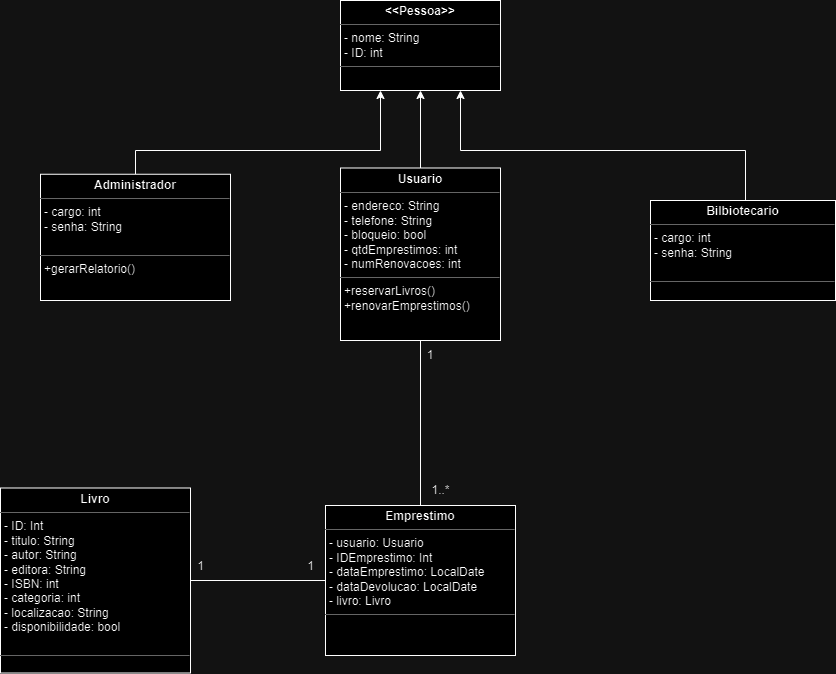
Above: docs/diagrama_de_classes.drawio.png in eugabrielbr/sistema-de-biblioteca (draw.io), before the change. Source tidied: cells renumbered, new cells last; positions are measured from the earlier drawing's top-left corner, leaving out a move shared by most shapes.
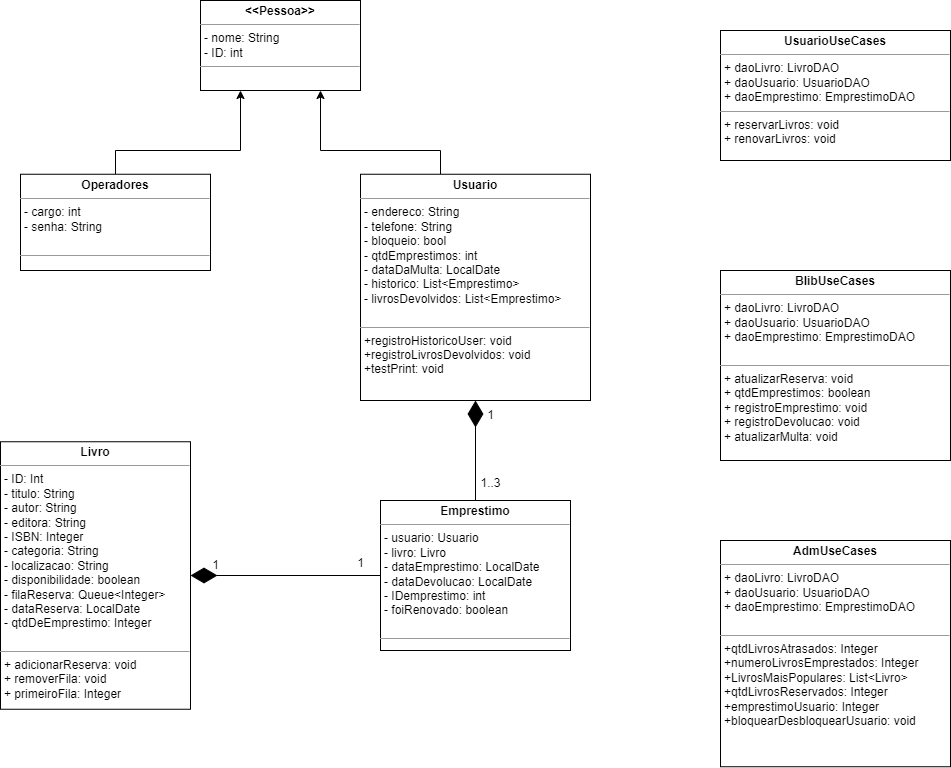
After the change.

Commit message:
:books: docs: atualizacao de diagrama de classes e README

ultimos commits sumiram devido ao force push

The edit, as a diff of the source:
```diff
@@ -2,60 +2,63 @@
   <root>
     <mxCell id="0" />
     <mxCell id="1" parent="0" />
-    <mxCell id="2" style="edgeStyle=orthogonalEdgeStyle;rounded=0;jettySize=auto;html=1;entryX=0.75;entryY=1;entryDx=0;entryDy=0;" parent="1" edge="1" source="3" target="7">
-      <mxGeometry relative="1" as="geometry">
-        <Array as="points">
-          <mxPoint x="745" y="150" />
-          <mxPoint x="460" y="150" />
-        </Array>
-      </mxGeometry>
-    </mxCell>
-    <mxCell id="3" value="&lt;p style=&quot;margin:0px;margin-top:4px;text-align:center;&quot;&gt;&lt;b&gt;Bilbiotecario&lt;/b&gt;&lt;/p&gt;&lt;hr size=&quot;1&quot;&gt;&lt;p style=&quot;border-color: var(--border-color); margin: 0px 0px 0px 4px;&quot;&gt;- cargo: int&lt;br style=&quot;border-color: var(--border-color);&quot;&gt;&lt;/p&gt;&lt;p style=&quot;border-color: var(--border-color); margin: 0px 0px 0px 4px;&quot;&gt;- senha: String&lt;/p&gt;&lt;p style=&quot;margin:0px;margin-left:4px;&quot;&gt;&lt;br&gt;&lt;/p&gt;&lt;hr size=&quot;1&quot;&gt;&lt;p style=&quot;margin:0px;margin-left:4px;&quot;&gt;&lt;br&gt;&lt;/p&gt;&lt;p style=&quot;margin:0px;margin-left:4px;&quot;&gt;&lt;br&gt;&lt;/p&gt;&lt;p style=&quot;margin:0px;margin-left:4px;&quot;&gt;&lt;br&gt;&lt;/p&gt;&lt;p style=&quot;margin:0px;margin-left:4px;&quot;&gt;&lt;br&gt;&lt;/p&gt;&lt;p style=&quot;margin:0px;margin-left:4px;&quot;&gt;&lt;br&gt;&lt;/p&gt;" style="verticalAlign=top;align=left;overflow=fill;fontSize=12;fontFamily=Helvetica;html=1;whiteSpace=wrap;" parent="1" vertex="1">
-      <mxGeometry x="650" y="200" width="185" height="100" as="geometry" />
-    </mxCell>
     <mxCell id="4" style="edgeStyle=orthogonalEdgeStyle;rounded=0;jettySize=auto;html=1;entryX=0.25;entryY=1;entryDx=0;entryDy=0;" parent="1" edge="1" source="5" target="7">
       <mxGeometry relative="1" as="geometry">
         <Array as="points">
-          <mxPoint x="135" y="150" />
-          <mxPoint x="380" y="150" />
+          <mxPoint x="-25" y="150" />
+          <mxPoint x="100" y="150" />
         </Array>
       </mxGeometry>
     </mxCell>
-    <mxCell id="5" value="&lt;p style=&quot;margin:0px;margin-top:4px;text-align:center;&quot;&gt;&lt;b&gt;Administrador&lt;/b&gt;&lt;/p&gt;&lt;hr size=&quot;1&quot;&gt;&lt;p style=&quot;margin:0px;margin-left:4px;&quot;&gt;&lt;span style=&quot;background-color: initial;&quot;&gt;- cargo: int&lt;/span&gt;&lt;br&gt;&lt;/p&gt;&lt;p style=&quot;margin:0px;margin-left:4px;&quot;&gt;- senha: String&lt;/p&gt;&lt;p style=&quot;margin:0px;margin-left:4px;&quot;&gt;&lt;br&gt;&lt;/p&gt;&lt;hr size=&quot;1&quot;&gt;&lt;p style=&quot;margin:0px;margin-left:4px;&quot;&gt;&lt;span style=&quot;background-color: initial;&quot;&gt;+gerarRelatorio()&lt;/span&gt;&lt;br&gt;&lt;/p&gt;&lt;p style=&quot;margin:0px;margin-left:4px;&quot;&gt;&lt;br&gt;&lt;/p&gt;&lt;p style=&quot;margin:0px;margin-left:4px;&quot;&gt;&lt;br&gt;&lt;/p&gt;" style="verticalAlign=top;align=left;overflow=fill;fontSize=12;fontFamily=Helvetica;html=1;whiteSpace=wrap;" parent="1" vertex="1">
-      <mxGeometry x="40" y="173.8" width="190" height="126.2" as="geometry" />
+    <mxCell id="5" value="&lt;p style=&quot;margin:0px;margin-top:4px;text-align:center;&quot;&gt;&lt;b&gt;Operadores&lt;/b&gt;&lt;/p&gt;&lt;hr size=&quot;1&quot;&gt;&lt;p style=&quot;margin:0px;margin-left:4px;&quot;&gt;&lt;span style=&quot;background-color: initial;&quot;&gt;- cargo: int&lt;/span&gt;&lt;br&gt;&lt;/p&gt;&lt;p style=&quot;margin:0px;margin-left:4px;&quot;&gt;- senha: String&lt;/p&gt;&lt;p style=&quot;margin:0px;margin-left:4px;&quot;&gt;&lt;br&gt;&lt;/p&gt;&lt;hr size=&quot;1&quot;&gt;&lt;p style=&quot;margin:0px;margin-left:4px;&quot;&gt;&lt;br&gt;&lt;/p&gt;&lt;p style=&quot;margin:0px;margin-left:4px;&quot;&gt;&lt;br&gt;&lt;/p&gt;&lt;p style=&quot;margin:0px;margin-left:4px;&quot;&gt;&lt;br&gt;&lt;/p&gt;" style="verticalAlign=top;align=left;overflow=fill;fontSize=12;fontFamily=Helvetica;html=1;whiteSpace=wrap;" parent="1" vertex="1">
+      <mxGeometry x="-120" y="173.8" width="190" height="96.2" as="geometry" />
     </mxCell>
-    <mxCell id="6" value="&lt;p style=&quot;margin:0px;margin-top:4px;text-align:center;&quot;&gt;&lt;b&gt;Emprestimo&lt;/b&gt;&lt;/p&gt;&lt;hr size=&quot;1&quot;&gt;&lt;p style=&quot;margin:0px;margin-left:4px;&quot;&gt;&lt;span style=&quot;background-color: initial;&quot;&gt;- usuario: Usuario&lt;/span&gt;&lt;/p&gt;&lt;p style=&quot;margin:0px;margin-left:4px;&quot;&gt;- IDEmprestimo: Int&lt;/p&gt;&lt;p style=&quot;margin:0px;margin-left:4px;&quot;&gt;- dataEmprestimo: LocalDate&lt;/p&gt;&lt;p style=&quot;margin:0px;margin-left:4px;&quot;&gt;- dataDevolucao: LocalDate&lt;/p&gt;&lt;p style=&quot;margin:0px;margin-left:4px;&quot;&gt;- livro: Livro&lt;/p&gt;&lt;hr size=&quot;1&quot;&gt;&lt;p style=&quot;margin:0px;margin-left:4px;&quot;&gt;&lt;br&gt;&lt;/p&gt;&lt;p style=&quot;margin:0px;margin-left:4px;&quot;&gt;&lt;br&gt;&lt;/p&gt;" style="verticalAlign=top;align=left;overflow=fill;fontSize=12;fontFamily=Helvetica;html=1;whiteSpace=wrap;" parent="1" vertex="1">
-      <mxGeometry x="325" y="505" width="190" height="150" as="geometry" />
+    <mxCell id="6" value="&lt;p style=&quot;margin:0px;margin-top:4px;text-align:center;&quot;&gt;&lt;b&gt;Emprestimo&lt;/b&gt;&lt;/p&gt;&lt;hr size=&quot;1&quot;&gt;&lt;p style=&quot;margin:0px;margin-left:4px;&quot;&gt;&lt;span style=&quot;background-color: initial;&quot;&gt;- usuario: Usuario&lt;/span&gt;&lt;/p&gt;&lt;p style=&quot;margin:0px;margin-left:4px;&quot;&gt;- livro: Livro&lt;/p&gt;&lt;p style=&quot;margin:0px;margin-left:4px;&quot;&gt;- dataEmprestimo: LocalDate&lt;/p&gt;&lt;p style=&quot;margin:0px;margin-left:4px;&quot;&gt;- dataDevolucao: LocalDate&lt;/p&gt;&lt;p style=&quot;margin:0px;margin-left:4px;&quot;&gt;- IDemprestimo: int&lt;/p&gt;&lt;p style=&quot;margin:0px;margin-left:4px;&quot;&gt;- foiRenovado: boolean&lt;/p&gt;&lt;p style=&quot;margin:0px;margin-left:4px;&quot;&gt;&lt;br&gt;&lt;/p&gt;&lt;hr size=&quot;1&quot;&gt;&lt;p style=&quot;margin:0px;margin-left:4px;&quot;&gt;&lt;br&gt;&lt;/p&gt;&lt;p style=&quot;margin:0px;margin-left:4px;&quot;&gt;&lt;br&gt;&lt;/p&gt;" style="verticalAlign=top;align=left;overflow=fill;fontSize=12;fontFamily=Helvetica;html=1;whiteSpace=wrap;" parent="1" vertex="1">
+      <mxGeometry x="240" y="500" width="190" height="150" as="geometry" />
     </mxCell>
     <mxCell id="7" value="&lt;p style=&quot;margin: 4px 0px 0px; text-align: center;&quot;&gt;&lt;b&gt;&amp;lt;&amp;lt;Pessoa&amp;gt;&amp;gt;&lt;/b&gt;&lt;/p&gt;&lt;hr size=&quot;1&quot;&gt;&lt;p style=&quot;margin:0px;margin-left:4px;&quot;&gt;- nome: String&lt;/p&gt;&lt;p style=&quot;margin:0px;margin-left:4px;&quot;&gt;- ID: int&lt;/p&gt;&lt;hr size=&quot;1&quot;&gt;&lt;p style=&quot;border-color: var(--border-color); margin: 0px 0px 0px 4px;&quot;&gt;&lt;br&gt;&lt;/p&gt;" style="verticalAlign=top;align=left;overflow=fill;fontSize=12;fontFamily=Helvetica;html=1;whiteSpace=wrap;" parent="1" vertex="1">
-      <mxGeometry x="340" width="160" height="90" as="geometry" />
+      <mxGeometry x="60" width="160" height="90" as="geometry" />
     </mxCell>
-    <mxCell id="8" style="edgeStyle=orthogonalEdgeStyle;rounded=0;jettySize=auto;html=1;entryX=0.5;entryY=1;entryDx=0;entryDy=0;" parent="1" edge="1" source="9" target="7">
-      <mxGeometry relative="1" as="geometry" />
+    <mxCell id="8" style="edgeStyle=orthogonalEdgeStyle;rounded=0;jettySize=auto;html=1;entryX=0.75;entryY=1;entryDx=0;entryDy=0;" parent="1" edge="1" source="9" target="7">
+      <mxGeometry relative="1" as="geometry">
+        <Array as="points">
+          <mxPoint x="300" y="150" />
+          <mxPoint x="180" y="150" />
+        </Array>
+      </mxGeometry>
     </mxCell>
-    <mxCell id="9" value="&lt;p style=&quot;margin: 4px 0px 0px; text-align: center;&quot;&gt;&lt;b&gt;Usuario&lt;/b&gt;&lt;/p&gt;&lt;hr size=&quot;1&quot;&gt;&lt;p style=&quot;margin:0px;margin-left:4px;&quot;&gt;&lt;span style=&quot;background-color: initial;&quot;&gt;- endereco: String&lt;/span&gt;&lt;/p&gt;&lt;p style=&quot;border-color: var(--border-color); margin: 0px 0px 0px 4px;&quot;&gt;- telefone: String&lt;br style=&quot;border-color: var(--border-color);&quot;&gt;&lt;/p&gt;&lt;p style=&quot;border-color: var(--border-color); margin: 0px 0px 0px 4px;&quot;&gt;- bloqueio: bool&lt;/p&gt;&lt;p style=&quot;border-color: var(--border-color); margin: 0px 0px 0px 4px;&quot;&gt;- qtdEmprestimos: int&lt;/p&gt;&lt;p style=&quot;border-color: var(--border-color); margin: 0px 0px 0px 4px;&quot;&gt;- numRenovacoes: int&lt;/p&gt;&lt;hr size=&quot;1&quot;&gt;&lt;p style=&quot;border-color: var(--border-color); margin: 0px 0px 0px 4px;&quot;&gt;&lt;span style=&quot;background-color: initial;&quot;&gt;+reservarLivros()&lt;/span&gt;&lt;br&gt;&lt;/p&gt;&lt;p style=&quot;border-color: var(--border-color); margin: 0px 0px 0px 4px;&quot;&gt;+renovarEmprestimos()&lt;/p&gt;&lt;p style=&quot;margin:0px;margin-left:4px;&quot;&gt;&lt;br&gt;&lt;/p&gt;&lt;p style=&quot;margin:0px;margin-left:4px;&quot;&gt;&lt;br&gt;&lt;/p&gt;&lt;p style=&quot;margin:0px;margin-left:4px;&quot;&gt;&lt;br&gt;&lt;/p&gt;&lt;p style=&quot;margin:0px;margin-left:4px;&quot;&gt;&lt;br&gt;&lt;/p&gt;&lt;p style=&quot;margin:0px;margin-left:4px;&quot;&gt;&lt;br&gt;&lt;/p&gt;" style="verticalAlign=top;align=left;overflow=fill;fontSize=12;fontFamily=Helvetica;html=1;whiteSpace=wrap;" parent="1" vertex="1">
-      <mxGeometry x="340" y="167.5" width="160" height="172.5" as="geometry" />
+    <mxCell id="9" value="&lt;p style=&quot;margin: 4px 0px 0px; text-align: center;&quot;&gt;&lt;b&gt;Usuario&lt;/b&gt;&lt;/p&gt;&lt;hr size=&quot;1&quot;&gt;&lt;p style=&quot;margin:0px;margin-left:4px;&quot;&gt;&lt;span style=&quot;background-color: initial;&quot;&gt;- endereco: String&lt;/span&gt;&lt;/p&gt;&lt;p style=&quot;border-color: var(--border-color); margin: 0px 0px 0px 4px;&quot;&gt;- telefone: String&lt;br style=&quot;border-color: var(--border-color);&quot;&gt;&lt;/p&gt;&lt;p style=&quot;border-color: var(--border-color); margin: 0px 0px 0px 4px;&quot;&gt;- bloqueio: bool&lt;/p&gt;&lt;p style=&quot;border-color: var(--border-color); margin: 0px 0px 0px 4px;&quot;&gt;- qtdEmprestimos: int&lt;/p&gt;&lt;p style=&quot;border-color: var(--border-color); margin: 0px 0px 0px 4px;&quot;&gt;- dataDaMulta: LocalDate&lt;/p&gt;&lt;p style=&quot;border-color: var(--border-color); margin: 0px 0px 0px 4px;&quot;&gt;- historico: List&amp;lt;Emprestimo&amp;gt;&lt;/p&gt;&lt;p style=&quot;border-color: var(--border-color); margin: 0px 0px 0px 4px;&quot;&gt;- livrosDevolvidos: List&amp;lt;Emprestimo&amp;gt;&lt;/p&gt;&lt;p style=&quot;border-color: var(--border-color); margin: 0px 0px 0px 4px;&quot;&gt;&lt;br&gt;&lt;/p&gt;&lt;hr size=&quot;1&quot;&gt;&lt;p style=&quot;border-color: var(--border-color); margin: 0px 0px 0px 4px;&quot;&gt;&lt;span style=&quot;background-color: initial;&quot;&gt;+registroHistoricoUser: void&lt;/span&gt;&lt;/p&gt;&lt;p style=&quot;border-color: var(--border-color); margin: 0px 0px 0px 4px;&quot;&gt;&lt;span style=&quot;background-color: initial;&quot;&gt;+registroLivrosDevolvidos: void&lt;/span&gt;&lt;/p&gt;&lt;p style=&quot;border-color: var(--border-color); margin: 0px 0px 0px 4px;&quot;&gt;&lt;span style=&quot;background-color: initial;&quot;&gt;+testPrint: void&lt;/span&gt;&lt;/p&gt;&lt;p style=&quot;margin:0px;margin-left:4px;&quot;&gt;&lt;br&gt;&lt;/p&gt;&lt;p style=&quot;margin:0px;margin-left:4px;&quot;&gt;&lt;br&gt;&lt;/p&gt;&lt;p style=&quot;margin:0px;margin-left:4px;&quot;&gt;&lt;br&gt;&lt;/p&gt;&lt;p style=&quot;margin:0px;margin-left:4px;&quot;&gt;&lt;br&gt;&lt;/p&gt;" style="verticalAlign=top;align=left;overflow=fill;fontSize=12;fontFamily=Helvetica;html=1;whiteSpace=wrap;" parent="1" vertex="1">
+      <mxGeometry x="220" y="173.8" width="230" height="226.2" as="geometry" />
     </mxCell>
-    <mxCell id="10" value="&lt;p style=&quot;margin:0px;margin-top:4px;text-align:center;&quot;&gt;&lt;b&gt;Livro&lt;/b&gt;&lt;/p&gt;&lt;hr size=&quot;1&quot;&gt;&lt;p style=&quot;margin:0px;margin-left:4px;&quot;&gt;- ID: Int&lt;/p&gt;&lt;p style=&quot;margin:0px;margin-left:4px;&quot;&gt;- titulo: String&lt;/p&gt;&lt;p style=&quot;margin:0px;margin-left:4px;&quot;&gt;- autor: String&lt;/p&gt;&lt;p style=&quot;margin:0px;margin-left:4px;&quot;&gt;- editora: String&lt;/p&gt;&lt;p style=&quot;margin:0px;margin-left:4px;&quot;&gt;- ISBN: int&lt;/p&gt;&lt;p style=&quot;margin:0px;margin-left:4px;&quot;&gt;- categoria: int&lt;/p&gt;&lt;p style=&quot;margin:0px;margin-left:4px;&quot;&gt;- localizacao: String&lt;/p&gt;&lt;p style=&quot;margin:0px;margin-left:4px;&quot;&gt;- disponibilidade: bool&lt;/p&gt;&lt;p style=&quot;margin:0px;margin-left:4px;&quot;&gt;&lt;br&gt;&lt;/p&gt;&lt;hr size=&quot;1&quot;&gt;&lt;p style=&quot;margin:0px;margin-left:4px;&quot;&gt;&lt;br&gt;&lt;/p&gt;" style="verticalAlign=top;align=left;overflow=fill;fontSize=12;fontFamily=Helvetica;html=1;whiteSpace=wrap;" parent="1" vertex="1">
-      <mxGeometry y="487.5" width="190" height="185" as="geometry" />
+    <mxCell id="10" value="&lt;p style=&quot;margin:0px;margin-top:4px;text-align:center;&quot;&gt;&lt;b&gt;Livro&lt;/b&gt;&lt;/p&gt;&lt;hr size=&quot;1&quot;&gt;&lt;p style=&quot;margin:0px;margin-left:4px;&quot;&gt;- ID: Int&lt;/p&gt;&lt;p style=&quot;margin:0px;margin-left:4px;&quot;&gt;- titulo: String&lt;/p&gt;&lt;p style=&quot;margin:0px;margin-left:4px;&quot;&gt;- autor: String&lt;/p&gt;&lt;p style=&quot;margin:0px;margin-left:4px;&quot;&gt;- editora: String&lt;/p&gt;&lt;p style=&quot;margin:0px;margin-left:4px;&quot;&gt;- ISBN: Integer&lt;/p&gt;&lt;p style=&quot;margin:0px;margin-left:4px;&quot;&gt;- categoria: String&lt;/p&gt;&lt;p style=&quot;margin:0px;margin-left:4px;&quot;&gt;&lt;span style=&quot;background-color: initial;&quot;&gt;- localizacao: String&lt;/span&gt;&lt;/p&gt;&lt;p style=&quot;margin:0px;margin-left:4px;&quot;&gt;- disponibilidade: boolean&lt;/p&gt;&lt;p style=&quot;margin:0px;margin-left:4px;&quot;&gt;- filaReserva: Queue&amp;lt;Integer&amp;gt;&lt;/p&gt;&lt;p style=&quot;margin:0px;margin-left:4px;&quot;&gt;- dataReserva: LocalDate&lt;/p&gt;&lt;p style=&quot;margin:0px;margin-left:4px;&quot;&gt;- qtdDeEmprestimo: Integer&lt;/p&gt;&lt;p style=&quot;margin:0px;margin-left:4px;&quot;&gt;&lt;br&gt;&lt;/p&gt;&lt;hr size=&quot;1&quot;&gt;&lt;p style=&quot;margin:0px;margin-left:4px;&quot;&gt;+ adicionarReserva: void&lt;/p&gt;&lt;p style=&quot;margin:0px;margin-left:4px;&quot;&gt;+ removerFila: void&lt;/p&gt;&lt;p style=&quot;margin:0px;margin-left:4px;&quot;&gt;+ primeiroFila: Integer&lt;/p&gt;" style="verticalAlign=top;align=left;overflow=fill;fontSize=12;fontFamily=Helvetica;html=1;whiteSpace=wrap;" parent="1" vertex="1">
+      <mxGeometry x="-140" y="441.2" width="190" height="267.5" as="geometry" />
     </mxCell>
-    <mxCell id="11" style="endArrow=none;html=1;rounded=0;entryX=0;entryY=0.5;entryDx=0;entryDy=0;exitX=1;exitY=0.5;exitDx=0;exitDy=0;" parent="1" edge="1" source="10" target="6">
-      <mxGeometry relative="1" as="geometry" />
-    </mxCell>
-    <mxCell id="12" value="1" style="text;html=1;align=center;verticalAlign=middle;strokeColor=none;fillColor=none;" parent="1" vertex="1">
-      <mxGeometry x="295" y="550.5" width="30" height="30" as="geometry" />
-    </mxCell>
-    <mxCell id="13" value="1" style="text;html=1;align=center;verticalAlign=middle;strokeColor=none;fillColor=none;" parent="1" vertex="1">
-      <mxGeometry x="185" y="550.5" width="30" height="30" as="geometry" />
-    </mxCell>
-    <mxCell id="14" style="endArrow=none;html=1;rounded=0;entryX=0.5;entryY=1;entryDx=0;entryDy=0;exitX=0.5;exitY=0;exitDx=0;exitDy=0;" parent="1" edge="1" source="6" target="9">
+    <mxCell id="14" style="endArrow=diamondThin;endFill=1;endSize=24;html=1;rounded=0;entryX=0.5;entryY=1;entryDx=0;entryDy=0;" parent="1" edge="1" source="6" target="9">
       <mxGeometry relative="1" as="geometry" />
     </mxCell>
-    <mxCell id="15" value="1" style="text;html=1;strokeColor=none;fillColor=none;align=center;verticalAlign=middle;whiteSpace=wrap;rounded=0;" parent="1" vertex="1">
-      <mxGeometry x="400" y="340" width="60" height="30" as="geometry" />
-    </mxCell>
-    <mxCell id="16" value="1..*" style="text;html=1;align=center;verticalAlign=middle;strokeColor=none;fillColor=none;" parent="1" vertex="1">
-      <mxGeometry x="420" y="475" width="40" height="30" as="geometry" />
-    </mxCell>
+    <mxCell id="17" style="endArrow=diamondThin;endFill=1;endSize=24;html=1;rounded=0;exitX=0;exitY=0.5;exitDx=0;exitDy=0;" parent="1" edge="1" source="6" target="10">
+      <mxGeometry relative="1" as="geometry" />
+    </mxCell>
+    <mxCell id="18" value="1" style="text;html=1;align=center;verticalAlign=middle;strokeColor=none;fillColor=none;" parent="1" vertex="1">
+      <mxGeometry x="335" y="400" width="30" height="30" as="geometry" />
+    </mxCell>
+    <mxCell id="19" value="1..3" style="text;html=1;align=center;verticalAlign=middle;strokeColor=none;fillColor=none;" parent="1" vertex="1">
+      <mxGeometry x="330" y="468" width="40" height="30" as="geometry" />
+    </mxCell>
+    <mxCell id="20" value="1" style="text;html=1;align=center;verticalAlign=middle;strokeColor=none;fillColor=none;" parent="1" vertex="1">
+      <mxGeometry x="60" y="550" width="30" height="30" as="geometry" />
+    </mxCell>
+    <mxCell id="21" value="1" style="text;html=1;align=center;verticalAlign=middle;strokeColor=none;fillColor=none;" parent="1" vertex="1">
+      <mxGeometry x="205" y="548" width="30" height="30" as="geometry" />
+    </mxCell>
+    <mxCell id="22" value="&lt;p style=&quot;margin: 4px 0px 0px; text-align: center;&quot;&gt;&lt;b&gt;UsuarioUseCases&lt;/b&gt;&lt;/p&gt;&lt;hr size=&quot;1&quot;&gt;&lt;p style=&quot;margin:0px;margin-left:4px;&quot;&gt;+ daoLivro: LivroDAO&lt;/p&gt;&lt;p style=&quot;margin:0px;margin-left:4px;&quot;&gt;+ daoUsuario: UsuarioDAO&lt;/p&gt;&lt;p style=&quot;margin:0px;margin-left:4px;&quot;&gt;+ daoEmprestimo: EmprestimoDAO&lt;/p&gt;&lt;hr size=&quot;1&quot;&gt;&lt;p style=&quot;border-color: var(--border-color); margin: 0px 0px 0px 4px;&quot;&gt;&lt;span style=&quot;background-color: initial;&quot;&gt;+ reservarLivros: void&lt;/span&gt;&lt;/p&gt;&lt;p style=&quot;border-color: var(--border-color); margin: 0px 0px 0px 4px;&quot;&gt;&lt;span style=&quot;background-color: initial;&quot;&gt;+ renovarLivros: void&lt;/span&gt;&lt;/p&gt;&lt;p style=&quot;margin:0px;margin-left:4px;&quot;&gt;&lt;br&gt;&lt;/p&gt;&lt;p style=&quot;margin:0px;margin-left:4px;&quot;&gt;&lt;br&gt;&lt;/p&gt;&lt;p style=&quot;margin:0px;margin-left:4px;&quot;&gt;&lt;br&gt;&lt;/p&gt;&lt;p style=&quot;margin:0px;margin-left:4px;&quot;&gt;&lt;br&gt;&lt;/p&gt;" style="verticalAlign=top;align=left;overflow=fill;fontSize=12;fontFamily=Helvetica;html=1;whiteSpace=wrap;" parent="1" vertex="1">
+      <mxGeometry x="580" y="30" width="230" height="130" as="geometry" />
+    </mxCell>
+    <mxCell id="23" value="&lt;p style=&quot;margin: 4px 0px 0px; text-align: center;&quot;&gt;&lt;b&gt;BlibUseCases&lt;/b&gt;&lt;/p&gt;&lt;hr size=&quot;1&quot;&gt;&lt;p style=&quot;border-color: var(--border-color); margin: 0px 0px 0px 4px;&quot;&gt;+ daoLivro: LivroDAO&lt;/p&gt;&lt;p style=&quot;border-color: var(--border-color); margin: 0px 0px 0px 4px;&quot;&gt;+ daoUsuario: UsuarioDAO&lt;/p&gt;&lt;p style=&quot;border-color: var(--border-color); margin: 0px 0px 0px 4px;&quot;&gt;+ daoEmprestimo: EmprestimoDAO&lt;/p&gt;&lt;p style=&quot;border-color: var(--border-color); margin: 0px 0px 0px 4px;&quot;&gt;&lt;br&gt;&lt;/p&gt;&lt;hr size=&quot;1&quot;&gt;&lt;p style=&quot;border-color: var(--border-color); margin: 0px 0px 0px 4px;&quot;&gt;&lt;span style=&quot;background-color: initial;&quot;&gt;+ atualizarReserva: void&lt;/span&gt;&lt;/p&gt;&lt;p style=&quot;border-color: var(--border-color); margin: 0px 0px 0px 4px;&quot;&gt;&lt;span style=&quot;background-color: initial;&quot;&gt;+ qtdEmprestimos: boolean&lt;/span&gt;&lt;/p&gt;&lt;p style=&quot;border-color: var(--border-color); margin: 0px 0px 0px 4px;&quot;&gt;&lt;span style=&quot;background-color: initial;&quot;&gt;+ registroEmprestimo: void&lt;/span&gt;&lt;/p&gt;&lt;p style=&quot;margin:0px;margin-left:4px;&quot;&gt;+ registroDevolucao: void&lt;/p&gt;&lt;p style=&quot;margin:0px;margin-left:4px;&quot;&gt;+ atualizarMulta: void&lt;/p&gt;&lt;p style=&quot;margin:0px;margin-left:4px;&quot;&gt;&lt;br&gt;&lt;/p&gt;&lt;p style=&quot;margin:0px;margin-left:4px;&quot;&gt;&lt;br&gt;&lt;/p&gt;&lt;p style=&quot;margin:0px;margin-left:4px;&quot;&gt;&lt;br&gt;&lt;/p&gt;" style="verticalAlign=top;align=left;overflow=fill;fontSize=12;fontFamily=Helvetica;html=1;whiteSpace=wrap;" parent="1" vertex="1">
+      <mxGeometry x="580" y="270" width="230" height="190" as="geometry" />
+    </mxCell>
+    <mxCell id="24" value="&lt;p style=&quot;margin: 4px 0px 0px; text-align: center;&quot;&gt;&lt;b&gt;AdmUseCases&lt;/b&gt;&lt;/p&gt;&lt;hr size=&quot;1&quot;&gt;&lt;p style=&quot;border-color: var(--border-color); margin: 0px 0px 0px 4px;&quot;&gt;+ daoLivro: LivroDAO&lt;/p&gt;&lt;p style=&quot;border-color: var(--border-color); margin: 0px 0px 0px 4px;&quot;&gt;+ daoUsuario: UsuarioDAO&lt;/p&gt;&lt;p style=&quot;border-color: var(--border-color); margin: 0px 0px 0px 4px;&quot;&gt;+ daoEmprestimo: EmprestimoDAO&lt;/p&gt;&lt;p style=&quot;border-color: var(--border-color); margin: 0px 0px 0px 4px;&quot;&gt;&lt;br&gt;&lt;/p&gt;&lt;hr size=&quot;1&quot;&gt;&lt;p style=&quot;border-color: var(--border-color); margin: 0px 0px 0px 4px;&quot;&gt;+qtdLivrosAtrasados: Integer&lt;/p&gt;&lt;p style=&quot;border-color: var(--border-color); margin: 0px 0px 0px 4px;&quot;&gt;+numeroLivrosEmprestados: Integer&lt;/p&gt;&lt;p style=&quot;border-color: var(--border-color); margin: 0px 0px 0px 4px;&quot;&gt;+LivrosMaisPopulares: List&amp;lt;Livro&amp;gt;&lt;/p&gt;&lt;p style=&quot;border-color: var(--border-color); margin: 0px 0px 0px 4px;&quot;&gt;+qtdLivrosReservados: Integer&lt;/p&gt;&lt;p style=&quot;border-color: var(--border-color); margin: 0px 0px 0px 4px;&quot;&gt;+emprestimoUsuario: Integer&lt;/p&gt;&lt;p style=&quot;border-color: var(--border-color); margin: 0px 0px 0px 4px;&quot;&gt;+bloquearDesbloquearUsuario: void&lt;/p&gt;&lt;p style=&quot;margin:0px;margin-left:4px;&quot;&gt;&lt;br&gt;&lt;/p&gt;&lt;p style=&quot;margin:0px;margin-left:4px;&quot;&gt;&lt;br&gt;&lt;/p&gt;&lt;p style=&quot;margin:0px;margin-left:4px;&quot;&gt;&lt;br&gt;&lt;/p&gt;&lt;p style=&quot;margin:0px;margin-left:4px;&quot;&gt;&lt;br&gt;&lt;/p&gt;" style="verticalAlign=top;align=left;overflow=fill;fontSize=12;fontFamily=Helvetica;html=1;whiteSpace=wrap;" parent="1" vertex="1">
+      <mxGeometry x="580" y="540" width="230" height="226.2" as="geometry" />
+    </mxCell>
   </root>
 </mxGraphModel>
```
